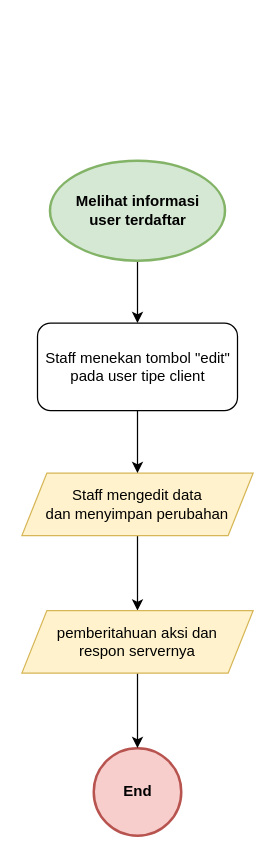
Earlier version of the draw.io diagram diagrams/user_flow/staff_owner_edit_data_client.drawio (SynergyStudioBandung/synergy_studio_docs). Source tidied: cells renumbered, new cells numbered last; positions are measured from the earlier drawing's top-left corner, leaving out a move shared by most shapes. Both pictures are drawn from the tidied source at 125%, with x=0, y=0 at pixel (21, 160).
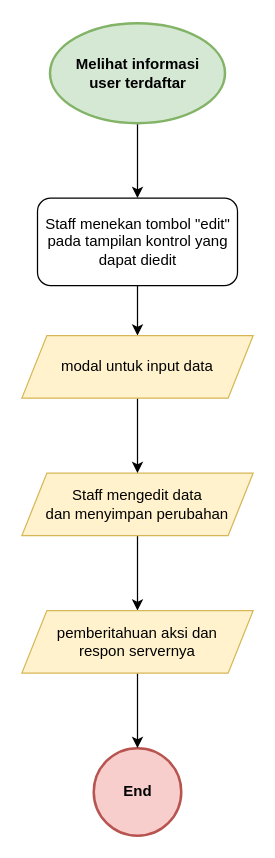
The same diagram, later.

Commit message:
add edit & history in client data

Diff of the diagram source:
```diff
@@
 <mxGraphModel>
   <root>
     <mxCell id="0" />
     <mxCell id="1" parent="0" />
     <mxCell id="2" value="End" style="ellipse;whiteSpace=wrap;html=1;fillColor=#f8cecc;strokeColor=#b85450;fontStyle=1;strokeWidth=2;" parent="1" vertex="1">
       <mxGeometry x="57.5" y="470" width="70" height="70" as="geometry" />
     </mxCell>
     <mxCell id="3" style="edgeStyle=orthogonalEdgeStyle;rounded=0;jettySize=auto;html=1;" parent="1" edge="1" source="4" target="8">
       <mxGeometry relative="1" as="geometry" />
     </mxCell>
     <mxCell id="4" value="Staff mengedit data&lt;br&gt;dan menyimpan perubahan" style="shape=parallelogram;perimeter=parallelogramPerimeter;whiteSpace=wrap;html=1;fixedSize=1;strokeWidth=1;fillColor=#fff2cc;strokeColor=#d6b656;" parent="1" vertex="1">
       <mxGeometry y="250" width="185" height="50" as="geometry" />
     </mxCell>
-    <mxCell id="5" style="edgeStyle=orthogonalEdgeStyle;rounded=0;jettySize=auto;html=1;" parent="1" edge="1" source="6" target="4">
-      <mxGeometry relative="1" as="geometry" />
-    </mxCell>
+    <mxCell id="11" style="edgeStyle=orthogonalEdgeStyle;rounded=0;jettySize=auto;html=1;" parent="1" edge="1" source="6" target="13">
+      <mxGeometry relative="1" as="geometry" />
+    </mxCell>
-    <mxCell id="6" value="Staff menekan tombol &quot;edit&quot; pada user tipe client" style="rounded=1;whiteSpace=wrap;html=1;fontSize=12;glass=0;strokeWidth=1;shadow=0;" parent="1" vertex="1">
-      <mxGeometry x="12.5" y="130" width="160" height="70" as="geometry" />
+    <mxCell id="6" value="Staff menekan tombol &quot;edit&quot; pada tampilan kontrol yang dapat diedit" style="rounded=1;whiteSpace=wrap;html=1;fontSize=12;glass=0;strokeWidth=1;shadow=0;" parent="1" vertex="1">
+      <mxGeometry x="12.5" y="30" width="160" height="70" as="geometry" />
     </mxCell>
     <mxCell id="7" style="edgeStyle=orthogonalEdgeStyle;rounded=0;jettySize=auto;html=1;" parent="1" edge="1" source="8" target="2">
       <mxGeometry relative="1" as="geometry" />
     </mxCell>
     <mxCell id="8" value="pemberitahuan aksi dan&lt;br&gt;respon servernya" style="shape=parallelogram;perimeter=parallelogramPerimeter;whiteSpace=wrap;html=1;fixedSize=1;strokeWidth=1;fillColor=#fff2cc;strokeColor=#d6b656;" parent="1" vertex="1">
       <mxGeometry y="360" width="185" height="50" as="geometry" />
     </mxCell>
     <mxCell id="9" style="edgeStyle=orthogonalEdgeStyle;rounded=0;jettySize=auto;html=1;" parent="1" edge="1" source="10" target="6">
       <mxGeometry relative="1" as="geometry" />
     </mxCell>
     <mxCell id="10" value="&lt;b&gt;Melihat informasi&lt;br&gt;user terdaftar&lt;/b&gt;" style="ellipse;whiteSpace=wrap;html=1;fillColor=#d5e8d4;strokeColor=#82b366;strokeWidth=2;" parent="1" vertex="1">
-      <mxGeometry x="22.5" width="140" height="80" as="geometry" />
+      <mxGeometry x="22.5" y="-110" width="140" height="80" as="geometry" />
     </mxCell>
+    <mxCell id="12" style="edgeStyle=orthogonalEdgeStyle;rounded=0;jettySize=auto;html=1;" parent="1" edge="1" source="13" target="4">
+      <mxGeometry relative="1" as="geometry" />
+    </mxCell>
+    <mxCell id="13" value="modal untuk input data" style="shape=parallelogram;perimeter=parallelogramPerimeter;whiteSpace=wrap;html=1;fixedSize=1;strokeWidth=1;fillColor=#fff2cc;strokeColor=#d6b656;" parent="1" vertex="1">
+      <mxGeometry y="140" width="185" height="50" as="geometry" />
+    </mxCell>
   </root>
 </mxGraphModel>
```
